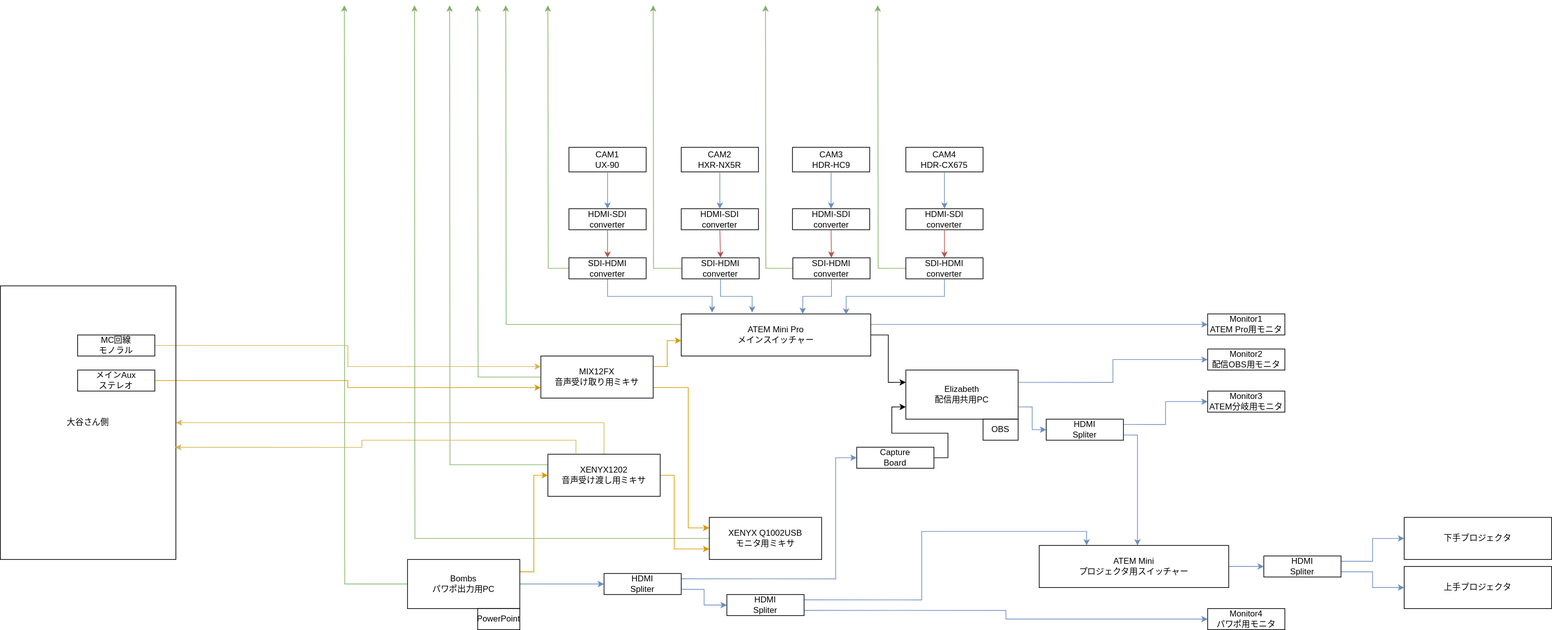
Before: drawio-svg/jsys23-eizou-wiring.drawio.svg, a diagram exported from draw.io (dolceWFC/sohosai-eizou-live-wiring). Source tidied: cells renumbered, new cells last; positions are measured from the earlier drawing's top-left corner, leaving out a move shared by most shapes.
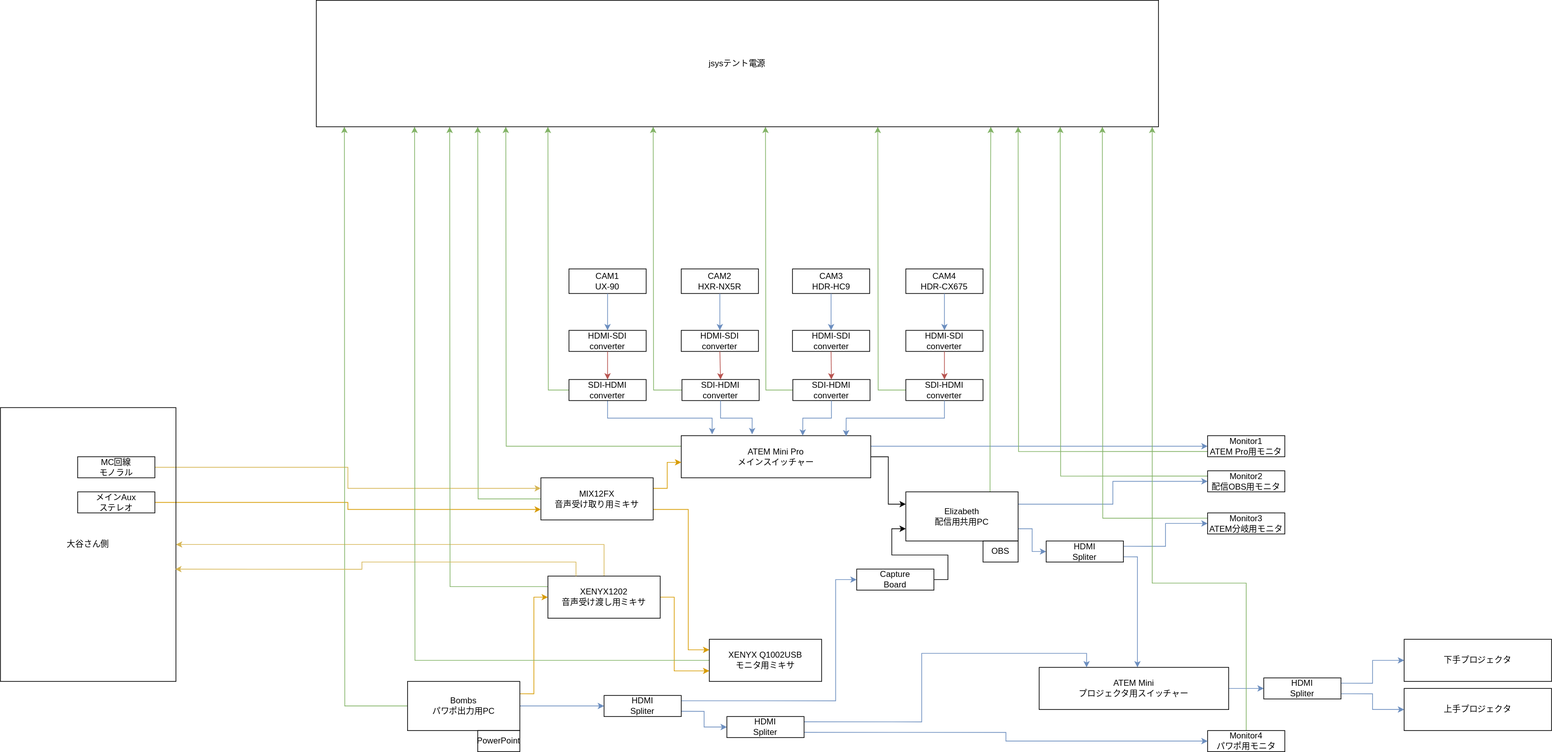
Above is the later version.

Commit message:
jsys23-eizou-wiring.drawio.svg を更新します

Change to the diagram source:
```diff
@@ -108,6 +108,11 @@
     <mxCell id="33" style="edgeStyle=orthogonalEdgeStyle;rounded=0;jettySize=auto;html=1;exitX=0.5;exitY=1;exitDx=0;exitDy=0;entryX=0.87;entryY=0.017;entryDx=0;entryDy=0;entryPerimeter=0;fillColor=#dae8fc;strokeColor=#6c8ebf;" parent="1" edge="1" source="22" target="30">
       <mxGeometry relative="1" as="geometry" />
     </mxCell>
+    <mxCell id="81" style="edgeStyle=orthogonalEdgeStyle;rounded=0;jettySize=auto;html=1;exitX=0;exitY=0.75;exitDx=0;exitDy=0;fillColor=#d5e8d4;strokeColor=#82b366;" parent="1" edge="1" source="34">
+      <mxGeometry relative="1" as="geometry">
+        <mxPoint x="1450" as="targetPoint" />
+      </mxGeometry>
+    </mxCell>
     <mxCell id="34" value="Monitor1&lt;br&gt;ATEM Pro用モニタ" style="text;html=1;strokeColor=default;fillColor=none;align=center;verticalAlign=middle;whiteSpace=wrap;rounded=0;" parent="1" vertex="1">
       <mxGeometry x="1720" y="440" width="110" height="30" as="geometry" />
     </mxCell>
@@ -117,6 +122,11 @@
     <mxCell id="36" style="edgeStyle=orthogonalEdgeStyle;rounded=0;jettySize=auto;html=1;exitX=1;exitY=0.25;exitDx=0;exitDy=0;entryX=0;entryY=0.5;entryDx=0;entryDy=0;fillColor=#dae8fc;strokeColor=#6c8ebf;" parent="1" edge="1" source="37" target="63">
       <mxGeometry relative="1" as="geometry" />
     </mxCell>
+    <mxCell id="82" style="edgeStyle=orthogonalEdgeStyle;rounded=0;jettySize=auto;html=1;exitX=0.75;exitY=0;exitDx=0;exitDy=0;fillColor=#d5e8d4;strokeColor=#82b366;" parent="1" edge="1" source="37">
+      <mxGeometry relative="1" as="geometry">
+        <mxPoint x="1411" as="targetPoint" />
+      </mxGeometry>
+    </mxCell>
     <mxCell id="37" value="Elizabeth&lt;br&gt;配信用共用PC" style="text;html=1;strokeColor=default;fillColor=none;align=center;verticalAlign=middle;whiteSpace=wrap;rounded=0;" parent="1" vertex="1">
       <mxGeometry x="1290" y="520" width="160" height="70" as="geometry" />
     </mxCell>
@@ -217,9 +227,19 @@
     <mxCell id="62" value="HDMI&lt;br&gt;Spliter" style="text;html=1;strokeColor=default;fillColor=none;align=center;verticalAlign=middle;whiteSpace=wrap;rounded=0;" parent="1" vertex="1">
       <mxGeometry x="1490" y="590" width="110" height="30" as="geometry" />
     </mxCell>
+    <mxCell id="83" style="edgeStyle=orthogonalEdgeStyle;rounded=0;jettySize=auto;html=1;exitX=0;exitY=0.25;exitDx=0;exitDy=0;fillColor=#d5e8d4;strokeColor=#82b366;" parent="1" edge="1" source="63">
+      <mxGeometry relative="1" as="geometry">
+        <mxPoint x="1510" as="targetPoint" />
+      </mxGeometry>
+    </mxCell>
     <mxCell id="63" value="Monitor2&lt;br&gt;配信OBS用モニタ" style="text;html=1;strokeColor=default;fillColor=none;align=center;verticalAlign=middle;whiteSpace=wrap;rounded=0;" parent="1" vertex="1">
       <mxGeometry x="1720" y="490" width="110" height="30" as="geometry" />
     </mxCell>
+    <mxCell id="84" style="edgeStyle=orthogonalEdgeStyle;rounded=0;jettySize=auto;html=1;exitX=0;exitY=0.25;exitDx=0;exitDy=0;fillColor=#d5e8d4;strokeColor=#82b366;" parent="1" edge="1" source="64">
+      <mxGeometry relative="1" as="geometry">
+        <mxPoint x="1570" as="targetPoint" />
+      </mxGeometry>
+    </mxCell>
     <mxCell id="64" value="Monitor3&lt;br&gt;ATEM分岐用モニタ" style="text;html=1;strokeColor=default;fillColor=none;align=center;verticalAlign=middle;whiteSpace=wrap;rounded=0;" parent="1" vertex="1">
       <mxGeometry x="1720" y="550" width="110" height="30" as="geometry" />
     </mxCell>
@@ -244,6 +264,16 @@
     <mxCell id="71" value="上手プロジェクタ" style="text;html=1;strokeColor=default;fillColor=none;align=center;verticalAlign=middle;whiteSpace=wrap;rounded=0;" parent="1" vertex="1">
       <mxGeometry x="2000" y="800" width="210" height="60" as="geometry" />
     </mxCell>
+    <mxCell id="85" style="edgeStyle=orthogonalEdgeStyle;rounded=0;jettySize=auto;html=1;exitX=0.5;exitY=0;exitDx=0;exitDy=0;fillColor=#d5e8d4;strokeColor=#82b366;" parent="1" edge="1" source="72">
+      <mxGeometry relative="1" as="geometry">
+        <mxPoint x="1640" as="targetPoint" />
+        <Array as="points">
+          <mxPoint x="1775" y="650" />
+          <mxPoint x="1641" y="650" />
+          <mxPoint x="1641" />
+        </Array>
+      </mxGeometry>
+    </mxCell>
     <mxCell id="72" value="Monitor4&lt;br&gt;パワポ用モニタ" style="text;html=1;strokeColor=default;fillColor=none;align=center;verticalAlign=middle;whiteSpace=wrap;rounded=0;" parent="1" vertex="1">
       <mxGeometry x="1720" y="860" width="110" height="30" as="geometry" />
     </mxCell>
@@ -276,5 +306,8 @@
     <mxCell id="80" value="Capture&lt;br&gt;Board" style="text;html=1;strokeColor=default;fillColor=none;align=center;verticalAlign=middle;whiteSpace=wrap;rounded=0;" parent="1" vertex="1">
       <mxGeometry x="1220" y="630" width="110" height="30" as="geometry" />
     </mxCell>
+    <mxCell id="86" value="jsysテント電源" style="text;html=1;strokeColor=default;fillColor=none;align=center;verticalAlign=middle;whiteSpace=wrap;rounded=0;" parent="1" vertex="1">
+      <mxGeometry x="450" y="-180" width="1200" height="180" as="geometry" />
+    </mxCell>
   </root>
 </mxGraphModel>
```
